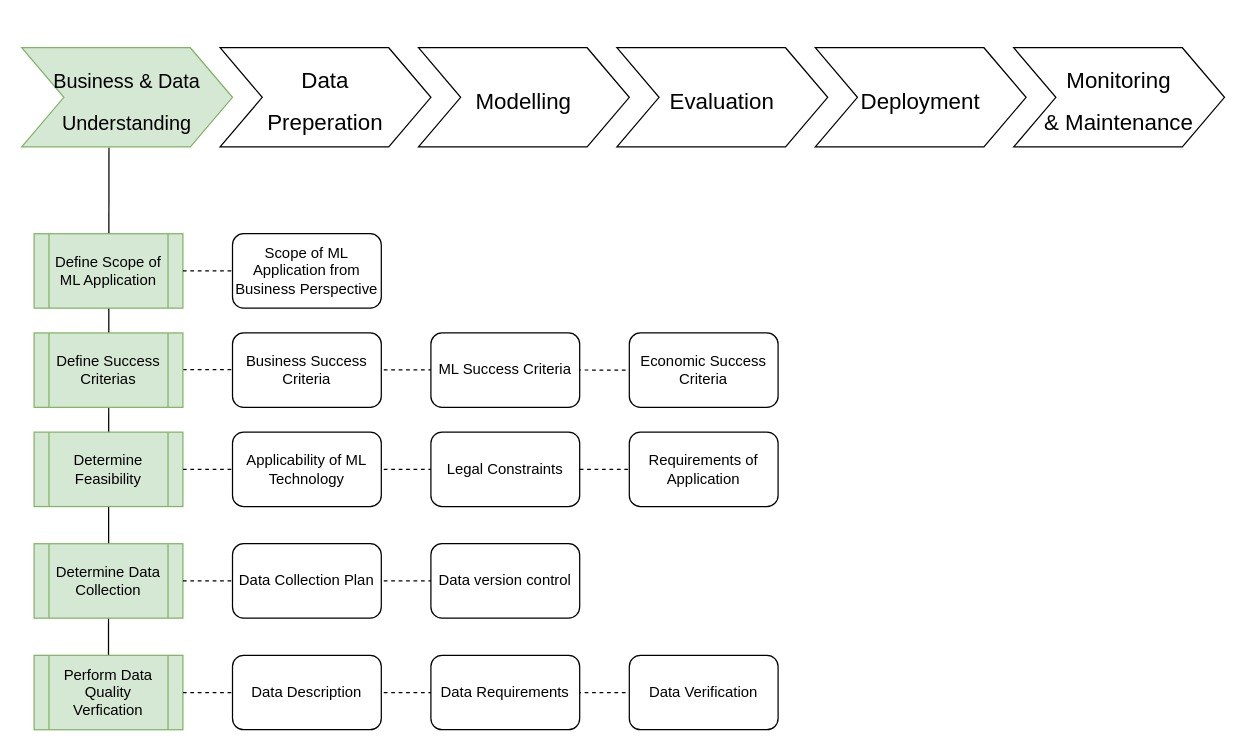
This is page "Phase 1 (Business & Data Understanding)" (2 of 7) of drawings/CRISP_ML(Q)_Phases.drawio from dominik-pichler/CRISPy-Framework, a draw.io file, before an edit. Source tidied: cells renumbered, new cells numbered last; positions are measured from the earlier drawing's top-left corner, leaving out a move shared by most shapes. Both pictures are drawn from the tidied source at 124%, with x=0, y=0 at pixel (21, 47).
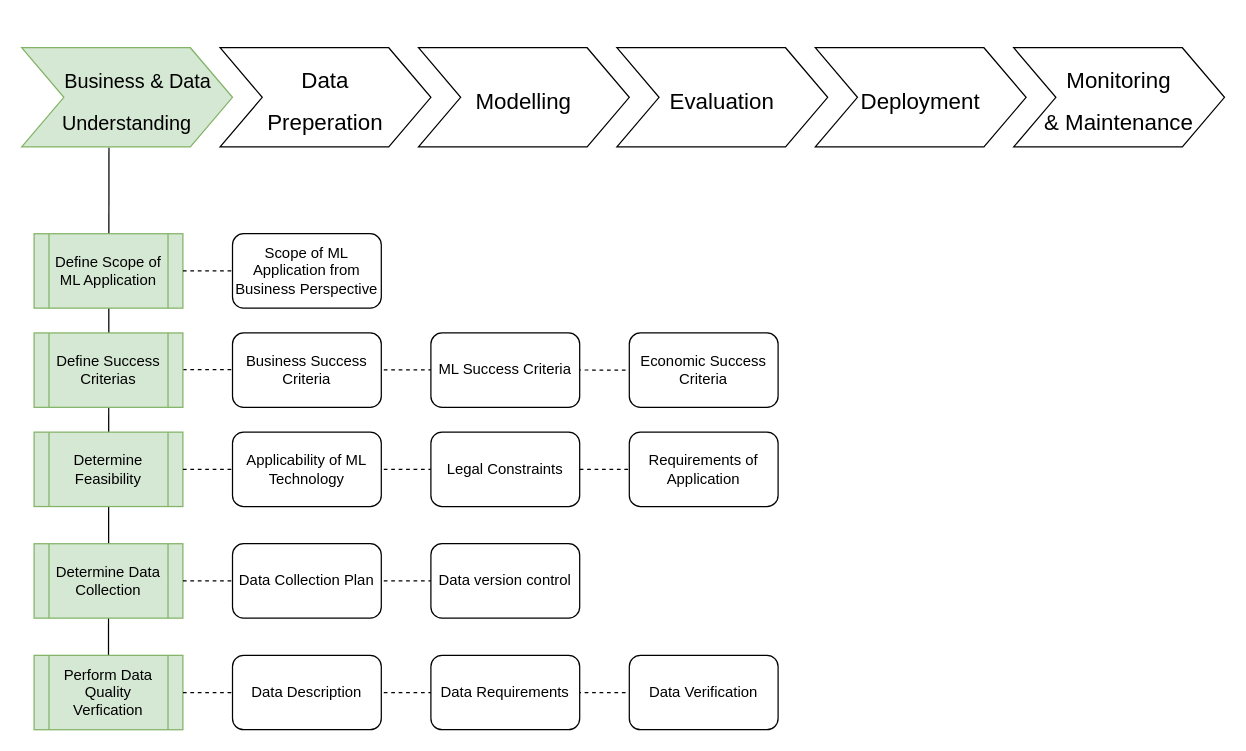
Above is the later version.

Diff of the diagram source:
```diff
@@
-    <mxCell id="3" value="&lt;p&gt;&lt;font style=&quot;font-size: 16px;&quot;&gt;Business &amp;amp; Data Understanding&lt;/font&gt;&lt;/p&gt;" style="shape=step;whiteSpace=wrap;html=1;fontSize=28;fillColor=#d5e8d4;strokeColor=#82b366;" parent="1" vertex="1">
+    <mxCell id="3" value="&lt;p&gt;&lt;font style=&quot;font-size: 16px;&quot;&gt;&amp;nbsp; &amp;nbsp; Business &amp;amp; Data Understanding&lt;/font&gt;&lt;/p&gt;" style="shape=step;whiteSpace=wrap;html=1;fontSize=28;fillColor=#d5e8d4;strokeColor=#82b366;" parent="1" vertex="1">
       <mxGeometry width="170" height="80" as="geometry" />
     </mxCell>
```
